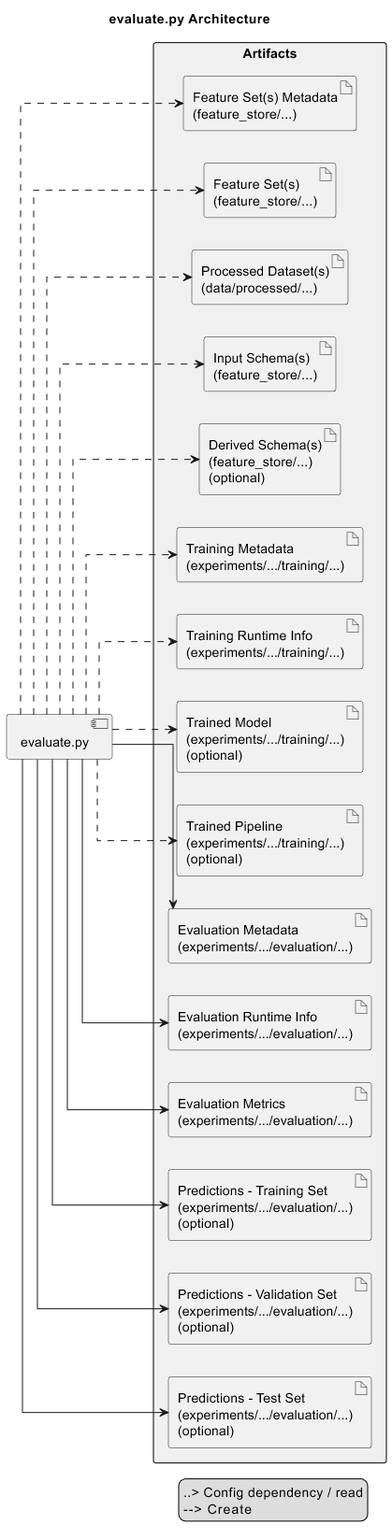
Above: docs/architecture/img/evaluate.png in Sebastijan-Dominis/ml-workflow-engine (PlantUML), before the change. Its source is kept beside it as docs/architecture/uml/evaluate.puml. Its diagram source:
```plantuml
@startuml evaluate.py Architecture
title evaluate.py Architecture
left to right direction

skinparam shadowing false
skinparam linetype ortho
skinparam packageStyle rectangle

skinparam package {
    BorderColor black
    BackgroundColor #f0f0f0
    Shadowing false
}

component script as "evaluate.py"

package "Artifacts" {
    artifact feature_sets_metadata as "Feature Set(s) Metadata\n(feature_store/...)"
    artifact features as "Feature Set(s)\n(feature_store/...)"
    artifact processed_datasets as "Processed Dataset(s)\n(data/processed/...)"
    artifact input_schemas as "Input Schema(s)\n(feature_store/...)"
    artifact derived_schemas as "Derived Schema(s)\n(feature_store/...)\n(optional)"
    artifact training_metadata as "Training Metadata\n(experiments/.../training/...)"
    artifact training_runtime_info as "Training Runtime Info\n(experiments/.../training/...)"
    artifact model as "Trained Model\n(experiments/.../training/...)\n(optional)"
    artifact pipeline as "Trained Pipeline\n(experiments/.../training/...)\n(optional)"
    artifact evaluation_metadata as "Evaluation Metadata\n(experiments/.../evaluation/...)"
    artifact evaluation_runtime_info as "Evaluation Runtime Info\n(experiments/.../evaluation/...)"
    artifact evaluation_metrics as "Evaluation Metrics\n(experiments/.../evaluation/...)"
    artifact predictions_train as "Predictions - Training Set\n(experiments/.../evaluation/...)\n(optional)"
    artifact predictions_val as "Predictions - Validation Set\n(experiments/.../evaluation/...)\n(optional)"
    artifact predictions_test as "Predictions - Test Set\n(experiments/.../evaluation/...)\n(optional)"
}

script ..> feature_sets_metadata
script ..> features
script ..> processed_datasets
script ..> input_schemas
script ..> derived_schemas
script ..> model
script ..> pipeline
script ..> training_metadata
script ..> training_runtime_info

script --> evaluation_metadata
script --> evaluation_runtime_info
script --> evaluation_metrics
script --> predictions_train
script --> predictions_val
script --> predictions_test

legend right
..>   Config dependency / read
-->   Create
endlegend

@enduml
```
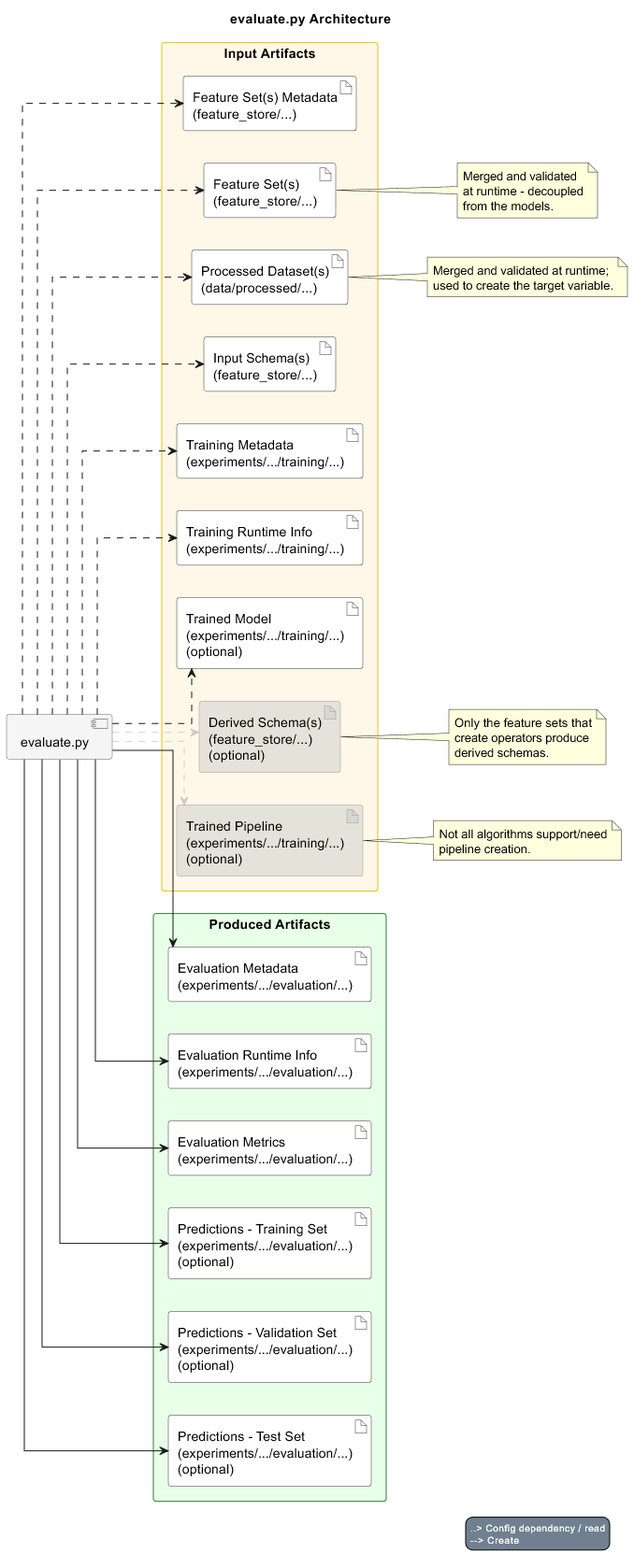
The same file after the commit.

What changed in the source:
```diff
@@ -1,44 +1,43 @@
 @startuml evaluate.py Architecture
 title evaluate.py Architecture
+!include architecture-theme.puml
 left to right direction
 
 skinparam shadowing false
 skinparam linetype ortho
 skinparam packageStyle rectangle
 
-skinparam package {
-    BorderColor black
-    BackgroundColor #f0f0f0
-    Shadowing false
+component script as "evaluate.py" <<script>>
+
+package "Input Artifacts"<<InputArtifacts>> {
+    artifact feature_sets_metadata as "Feature Set(s) Metadata\n(feature_store/...)" <<artifact>>
+    artifact feature_sets as "Feature Set(s)\n(feature_store/...)" <<artifact>>
+    artifact processed_datasets as "Processed Dataset(s)\n(data/processed/...)" <<artifact>>
+    artifact input_schemas as "Input Schema(s)\n(feature_store/...)" <<artifact>>
+    artifact training_metadata as "Training Metadata\n(experiments/.../training/...)" <<artifact>>
+    artifact training_runtime_info as "Training Runtime Info\n(experiments/.../training/...)" <<artifact>>
+    artifact model as "Trained Model\n(experiments/.../training/...)\n(optional)" <<artifact>>
+    artifact derived_schemas as "Derived Schema(s)\n(feature_store/...)\n(optional)" <<artifact_optional>>
+    artifact pipeline as "Trained Pipeline\n(experiments/.../training/...)\n(optional)" <<artifact_optional>>
 }
 
-component script as "evaluate.py"
+package "Produced Artifacts"<<ProducedArtifacts>> {
+    artifact evaluation_metadata as "Evaluation Metadata\n(experiments/.../evaluation/...)" <<artifact>>
+    artifact evaluation_runtime_info as "Evaluation Runtime Info\n(experiments/.../evaluation/...)" <<artifact>>
+    artifact evaluation_metrics as "Evaluation Metrics\n(experiments/.../evaluation/...)" <<artifact>>
+    artifact predictions_train as "Predictions - Training Set\n(experiments/.../evaluation/...)\n(optional)" <<artifact>>
+    artifact predictions_val as "Predictions - Validation Set\n(experiments/.../evaluation/...)\n(optional)" <<artifact>>
+    artifact predictions_test as "Predictions - Test Set\n(experiments/.../evaluation/...)\n(optional)" <<artifact>>
 
-package "Artifacts" {
-    artifact feature_sets_metadata as "Feature Set(s) Metadata\n(feature_store/...)"
-    artifact features as "Feature Set(s)\n(feature_store/...)"
-    artifact processed_datasets as "Processed Dataset(s)\n(data/processed/...)"
-    artifact input_schemas as "Input Schema(s)\n(feature_store/...)"
-    artifact derived_schemas as "Derived Schema(s)\n(feature_store/...)\n(optional)"
-    artifact training_metadata as "Training Metadata\n(experiments/.../training/...)"
-    artifact training_runtime_info as "Training Runtime Info\n(experiments/.../training/...)"
-    artifact model as "Trained Model\n(experiments/.../training/...)\n(optional)"
-    artifact pipeline as "Trained Pipeline\n(experiments/.../training/...)\n(optional)"
-    artifact evaluation_metadata as "Evaluation Metadata\n(experiments/.../evaluation/...)"
-    artifact evaluation_runtime_info as "Evaluation Runtime Info\n(experiments/.../evaluation/...)"
-    artifact evaluation_metrics as "Evaluation Metrics\n(experiments/.../evaluation/...)"
-    artifact predictions_train as "Predictions - Training Set\n(experiments/.../evaluation/...)\n(optional)"
-    artifact predictions_val as "Predictions - Validation Set\n(experiments/.../evaluation/...)\n(optional)"
-    artifact predictions_test as "Predictions - Test Set\n(experiments/.../evaluation/...)\n(optional)"
 }
 
 script ..> feature_sets_metadata
-script ..> features
+script ..> feature_sets
 script ..> processed_datasets
 script ..> input_schemas
-script ..> derived_schemas
+script ..[#AAAAAA80]> derived_schemas
 script ..> model
-script ..> pipeline
+script ..[#AAAAAA80]> pipeline
 script ..> training_metadata
 script ..> training_runtime_info
 
@@ -49,6 +48,28 @@
 script --> predictions_val
 script --> predictions_test
 
+note right of derived_schemas
+Only the feature sets that
+create operators produce
+derived schemas.
+end note
+
+note right of pipeline
+Not all algorithms support/need
+pipeline creation.
+end note
+
+note right of feature_sets
+Merged and validated
+at runtime - decoupled
+from the models.
+end note
+
+note right of processed_datasets
+Merged and validated at runtime;
+used to create the target variable.
+end note
+
 legend right
 ..>   Config dependency / read
 -->   Create
```
